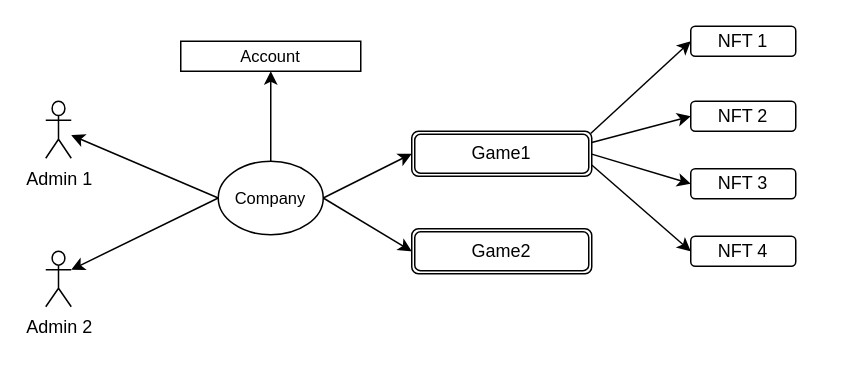
This is 未命名绘图.drawio from Zhashilunbu/Diagrams, a draw.io file, before an edit. Source tidied: cells renumbered, new cells numbered last; positions are measured from the earlier drawing's top-left corner, leaving out a move shared by most shapes. Both pictures are drawn from the tidied source at 150%, with x=0, y=0 at pixel (45, 26).
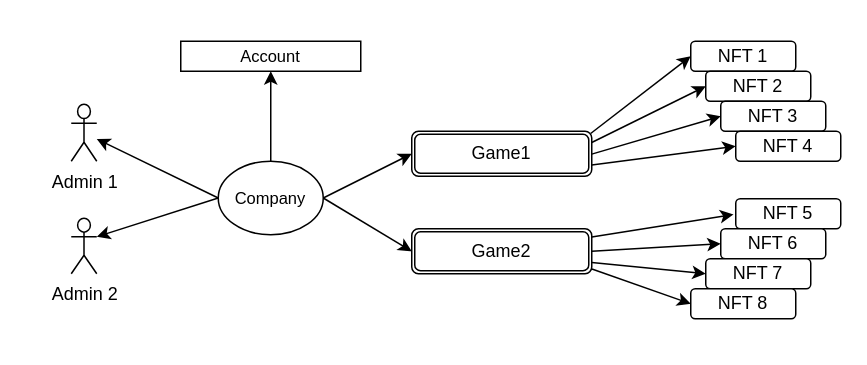
The same diagram, later.

Commit message:
更新未命名绘图.drawio

Unchanged cells that the change refers to:
```xml
<mxCell id="9" value="Game2" style="shape=ext;double=1;rounded=1;whiteSpace=wrap;html=1;" parent="1" vertex="1">
  <mxGeometry x="244" y="135" width="120" height="30" as="geometry" />
</mxCell>
```

What changed in the source:
```diff
@@
+    <mxCell id="21" style="rounded=0;jettySize=auto;html=1;entryX=0;entryY=0.5;entryDx=0;entryDy=0;exitX=1;exitY=0.5;exitDx=0;exitDy=0;" parent="1" edge="1" source="9" target="26">
+      <mxGeometry relative="1" as="geometry" />
+    </mxCell>
+    <mxCell id="22" style="rounded=0;jettySize=auto;html=1;entryX=0;entryY=0.5;entryDx=0;entryDy=0;exitX=1;exitY=0.75;exitDx=0;exitDy=0;" parent="1" edge="1" source="9" target="27">
+      <mxGeometry relative="1" as="geometry" />
+    </mxCell>
+    <mxCell id="23" style="rounded=0;jettySize=auto;html=1;entryX=0;entryY=0.5;entryDx=0;entryDy=0;exitX=1.001;exitY=0.896;exitDx=0;exitDy=0;exitPerimeter=0;" parent="1" edge="1" source="9" target="28">
+      <mxGeometry relative="1" as="geometry" />
+    </mxCell>
+    <mxCell id="24" style="edgeStyle=none;rounded=0;jettySize=auto;html=1;entryX=-0.021;entryY=0.522;entryDx=0;entryDy=0;entryPerimeter=0;" parent="1" edge="1" source="9" target="25">
+      <mxGeometry relative="1" as="geometry" />
+    </mxCell>
@@
     <mxCell id="12" value="NFT 1" style="whiteSpace=wrap;html=1;rounded=1;" parent="1" vertex="1">
-      <mxGeometry x="430" width="70" height="20" as="geometry" />
+      <mxGeometry x="430" y="10" width="70" height="20" as="geometry" />
     </mxCell>
     <mxCell id="13" value="NFT 2" style="whiteSpace=wrap;html=1;rounded=1;" parent="1" vertex="1">
-      <mxGeometry x="430" y="50" width="70" height="20" as="geometry" />
+      <mxGeometry x="440" y="30" width="70" height="20" as="geometry" />
     </mxCell>
     <mxCell id="14" value="NFT 3" style="whiteSpace=wrap;html=1;rounded=1;" parent="1" vertex="1">
-      <mxGeometry x="430" y="95" width="70" height="20" as="geometry" />
+      <mxGeometry x="450" y="50" width="70" height="20" as="geometry" />
     </mxCell>
     <mxCell id="15" value="NFT 4" style="whiteSpace=wrap;html=1;rounded=1;" parent="1" vertex="1">
-      <mxGeometry x="430" y="140" width="70" height="20" as="geometry" />
+      <mxGeometry x="460" y="70" width="70" height="20" as="geometry" />
     </mxCell>
     <mxCell id="16" value="Admin 1" style="shape=umlActor;verticalLabelPosition=bottom;verticalAlign=top;html=1;outlineConnect=0;" parent="1" vertex="1">
-      <mxGeometry y="50" width="17" height="38" as="geometry" />
+      <mxGeometry x="17" y="52" width="17" height="38" as="geometry" />
     </mxCell>
     <mxCell id="17" value="Admin 2" style="shape=umlActor;verticalLabelPosition=bottom;verticalAlign=top;html=1;outlineConnect=0;" parent="1" vertex="1">
-      <mxGeometry y="150" width="17" height="37" as="geometry" />
+      <mxGeometry x="17" y="128" width="17" height="37" as="geometry" />
     </mxCell>
@@
+    <mxCell id="25" value="NFT 5" style="whiteSpace=wrap;html=1;rounded=1;" parent="1" vertex="1">
+      <mxGeometry x="460" y="115" width="70" height="20" as="geometry" />
+    </mxCell>
+    <mxCell id="26" value="NFT 6" style="whiteSpace=wrap;html=1;rounded=1;" parent="1" vertex="1">
+      <mxGeometry x="450" y="135" width="70" height="20" as="geometry" />
+    </mxCell>
+    <mxCell id="27" value="NFT 7" style="whiteSpace=wrap;html=1;rounded=1;" parent="1" vertex="1">
+      <mxGeometry x="440" y="155" width="70" height="20" as="geometry" />
+    </mxCell>
+    <mxCell id="28" value="NFT 8" style="whiteSpace=wrap;html=1;rounded=1;" parent="1" vertex="1">
+      <mxGeometry x="430" y="175" width="70" height="20" as="geometry" />
+    </mxCell>
```
